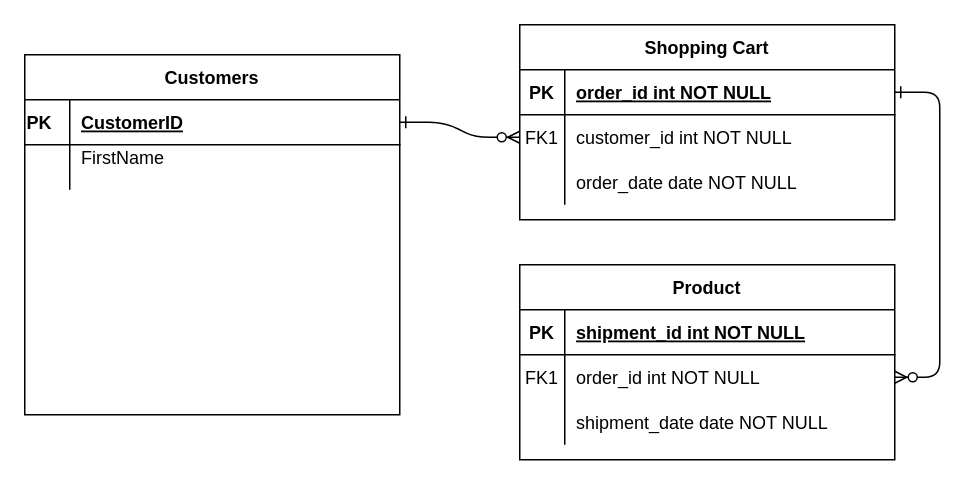
Before: Untitled Diagram.drawio in NotNanetteKaye/EntityDiagram, a draw.io diagram. Source tidied: cells renumbered, new cells numbered last; positions are measured from the earlier drawing's top-left corner, leaving out a move shared by most shapes. Both pictures are drawn from the tidied source at 150%, with x=0, y=0 at pixel (24, 24).
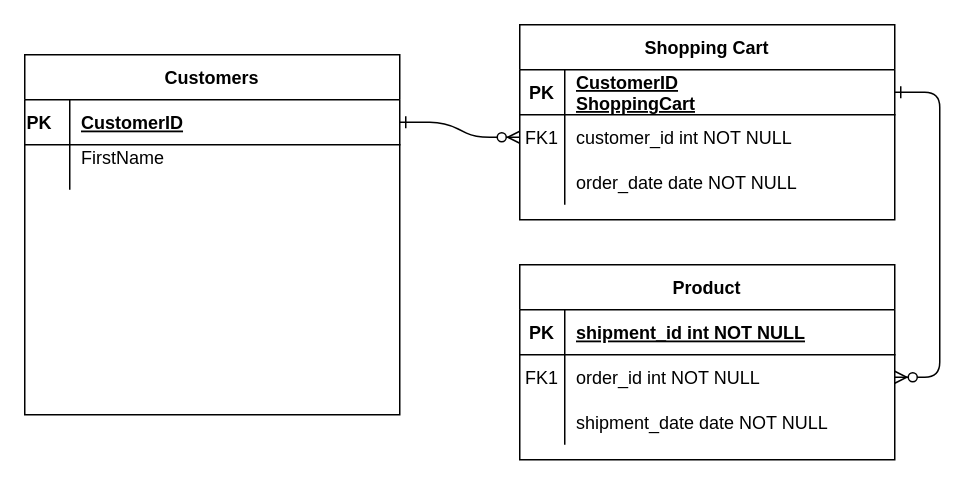
The same diagram, later.

Commit message:
Updated ShoppingCart's PKs

Unchanged cells that the change refers to:
```xml
<mxCell id="5" style="shape=partialRectangle;fillColor=none;points=[[0,0.5],[1,0.5]];portConstraint=eastwest;top=0;left=0;right=0;bottom=1;" parent="4" vertex="1">
  <mxGeometry y="30" width="250" height="30" as="geometry" />
</mxCell>
```

Diff of the diagram source:
```diff
@@
-    <mxCell id="7" value="order_id int NOT NULL " style="shape=partialRectangle;overflow=hidden;fillColor=none;top=0;left=0;bottom=0;right=0;align=left;spacingLeft=6;fontStyle=5;" parent="5" vertex="1">
+    <mxCell id="7" value="CustomerID&#10;ShoppingCart" style="shape=partialRectangle;overflow=hidden;fillColor=none;top=0;left=0;bottom=0;right=0;align=left;spacingLeft=6;fontStyle=5;" parent="5" vertex="1">
       <mxGeometry x="30" width="220" height="30" as="geometry" />
     </mxCell>
```
